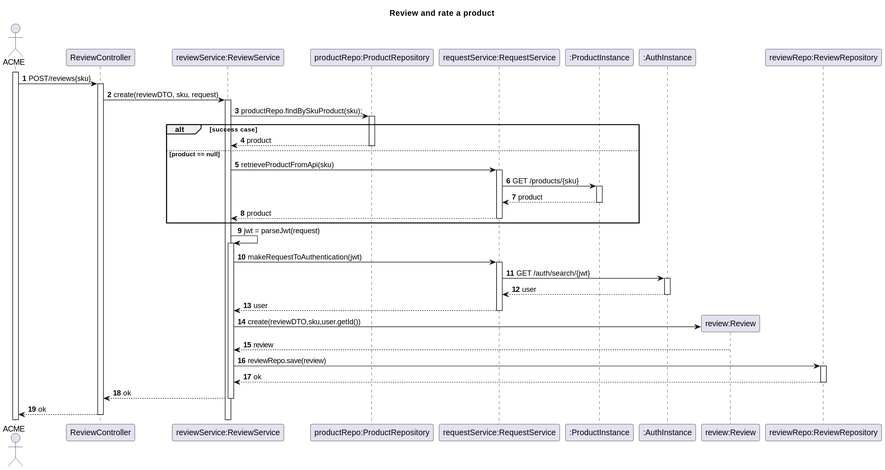
Above: Docs/US04-SD.svg in TiagoNora/SIDIS-Docs (PlantUML), before the change. The source it was exported from:
```plantuml
@startuml
title Review and rate a product
autoactivate on
autonumber

actor "ACME" as User
participant "ReviewController" as Ctrl
participant "reviewService:ReviewService" as Svc
participant "productRepo:ProductRepository" as repository
participant "requestService:RequestService" as request
participant ":ProductInstance" as instance
participant ":AuthInstance" as instanceAuth
participant "review:Review" as review
participant "reviewRepo:ReviewRepository" as Repo

activate User

User -> Ctrl : POST/reviews{sku}

Ctrl -> Svc : create(reviewDTO, sku, request)
Svc -> repository : productRepo.findBySkuProduct(sku);
alt success case
repository --> Svc : product
else product == null
Svc -> request:retrieveProductFromApi(sku)
request -> instance: GET /products/{sku}
instance --> request: product
request --> Svc: product
end
Svc -> Svc: jwt = parseJwt(request)
Svc -> request: makeRequestToAuthentication(jwt)
request -> instanceAuth: GET /auth/search/{jwt}
instanceAuth --> request: user
request --> Svc: user
Svc -> review** : create(reviewDTO,sku,user.getId())
review --> Svc :  review
Svc -> Repo : reviewRepo.save(review)
Repo --> Svc : ok
Svc --> Ctrl : ok
Ctrl --> User : ok

@enduml
```
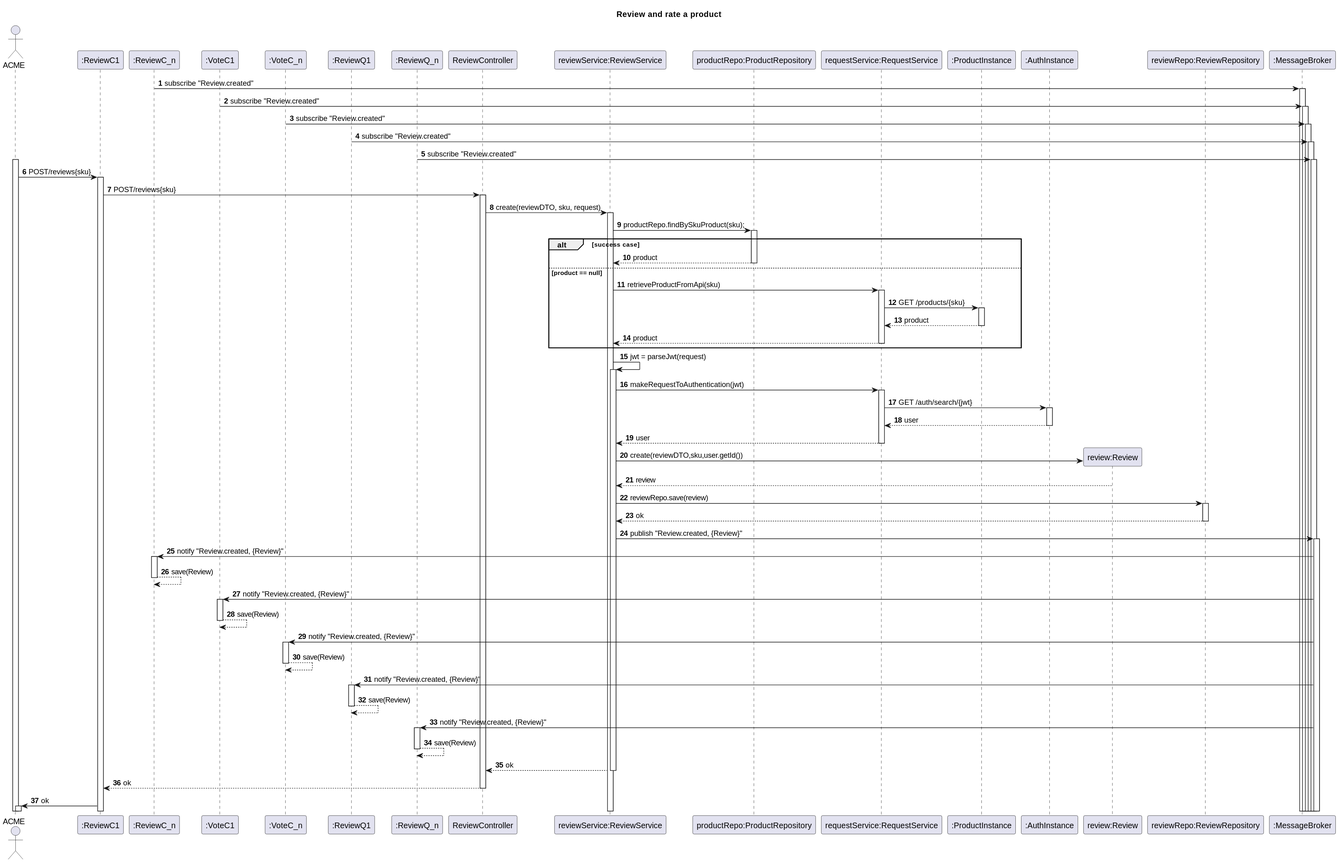
The same diagram one commit later.

What changed in the source:
```diff
@@ -4,6 +4,14 @@
 autonumber
 
 actor "ACME" as User
+
+participant ":ReviewC1" as reviewC
+participant ":ReviewC_n" as reviewC_n
+participant ":VoteC1" as voteC
+participant ":VoteC_n" as voteC_n
+participant ":ReviewQ1" as reviewQ
+participant ":ReviewQ_n" as reviewQ_n
+
 participant "ReviewController" as Ctrl
 participant "reviewService:ReviewService" as Svc
 participant "productRepo:ProductRepository" as repository
@@ -13,9 +21,19 @@
 participant "review:Review" as review
 participant "reviewRepo:ReviewRepository" as Repo
 
+participant ":MessageBroker" as broker
+
+
+reviewC_n -> broker: subscribe "Review.created"
+voteC -> broker: subscribe "Review.created"
+voteC_n -> broker: subscribe "Review.created"
+reviewQ -> broker: subscribe "Review.created"
+reviewQ_n -> broker: subscribe "Review.created"
+
 activate User
+User -> reviewC : POST/reviews{sku}
+reviewC -> Ctrl: POST/reviews{sku}
 
-User -> Ctrl : POST/reviews{sku}
 
 Ctrl -> Svc : create(reviewDTO, sku, request)
 Svc -> repository : productRepo.findBySkuProduct(sku);
@@ -36,7 +54,20 @@
 review --> Svc :  review
 Svc -> Repo : reviewRepo.save(review)
 Repo --> Svc : ok
+
+Svc -> broker: publish "Review.created, {Review}"
+reviewC_n <- broker: notify "Review.created, {Review}"
+reviewC_n --> reviewC_n: save(Review)
+voteC <- broker: notify "Review.created, {Review}"
+voteC --> voteC: save(Review)
+voteC_n <- broker: notify "Review.created, {Review}"
+voteC_n --> voteC_n: save(Review)
+reviewQ <- broker: notify "Review.created, {Review}"
+reviewQ --> reviewQ: save(Review)
+reviewQ_n <- broker: notify "Review.created, {Review}"
+reviewQ_n --> reviewQ_n: save(Review)
 Svc --> Ctrl : ok
-Ctrl --> User : ok
+Ctrl --> reviewC : ok
+reviewC -> User: ok
 
 @enduml
```
